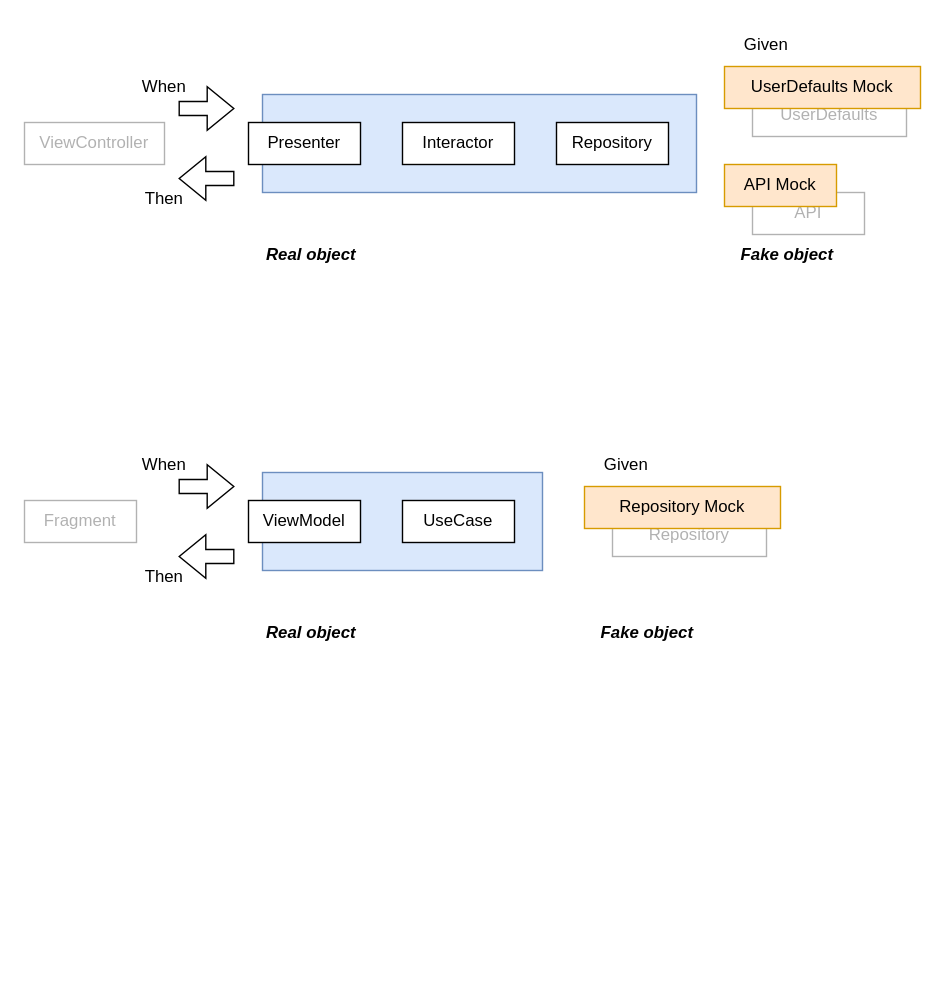
Earlier version of the draw.io diagram images/mobile-ui-logic-behavior-driven-development/image.drawio (shotaIDE/zenn). Source tidied: cells renumbered, new cells numbered last; positions are measured from the earlier drawing's top-left corner, leaving out a move shared by most shapes. Both pictures are drawn from the tidied source at 140%, with x=0, y=0 at pixel (24, 24).
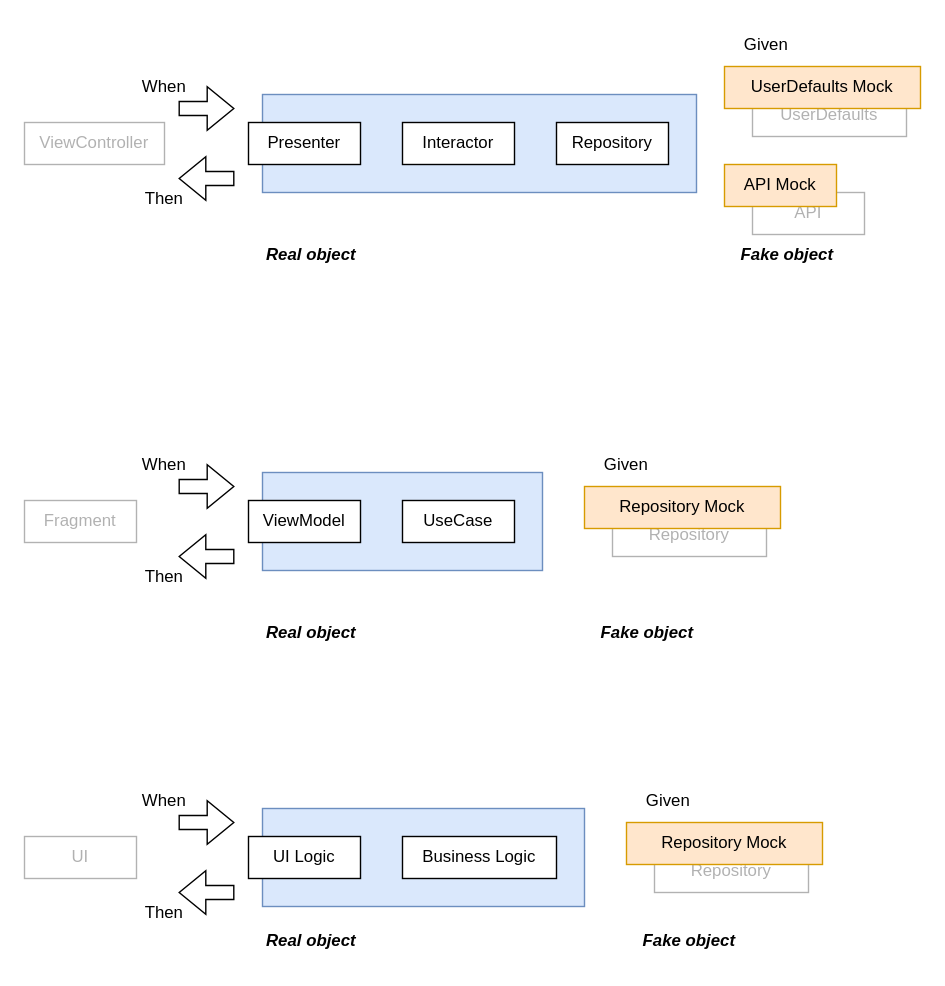
Above is the later version.

Change to the diagram source:
```diff
@@
+    <mxCell id="31" style="rounded=0;whiteSpace=wrap;html=1;fillColor=#dae8fc;strokeColor=#6c8ebf;" parent="1" vertex="1">
+      <mxGeometry x="170" y="560" width="230" height="70" as="geometry" />
+    </mxCell>
+    <mxCell id="32" value="UI Logic" style="rounded=0;whiteSpace=wrap;html=1;" parent="1" vertex="1">
+      <mxGeometry x="160" y="580" width="80" height="30" as="geometry" />
+    </mxCell>
+    <mxCell id="33" value="Business Logic" style="rounded=0;whiteSpace=wrap;html=1;" parent="1" vertex="1">
+      <mxGeometry x="270" y="580" width="110" height="30" as="geometry" />
+    </mxCell>
+    <mxCell id="34" value="Repository" style="rounded=0;whiteSpace=wrap;html=1;textOpacity=30;opacity=30;" parent="1" vertex="1">
+      <mxGeometry x="450" y="590" width="110" height="30" as="geometry" />
+    </mxCell>
+    <mxCell id="35" value="UI" style="rounded=0;whiteSpace=wrap;html=1;textOpacity=30;opacity=30;" parent="1" vertex="1">
+      <mxGeometry y="580" width="80" height="30" as="geometry" />
+    </mxCell>
+    <mxCell id="36" style="shape=flexArrow;endArrow=classic;html=1;rounded=0;" parent="1" edge="1">
+      <mxGeometry relative="1" as="geometry">
+        <mxPoint x="110" y="570" as="sourcePoint" />
+        <mxPoint x="150" y="570" as="targetPoint" />
+      </mxGeometry>
+    </mxCell>
+    <mxCell id="37" style="shape=flexArrow;endArrow=classic;html=1;rounded=0;" parent="1" edge="1">
+      <mxGeometry relative="1" as="geometry">
+        <mxPoint x="150" y="620" as="sourcePoint" />
+        <mxPoint x="110" y="620" as="targetPoint" />
+      </mxGeometry>
+    </mxCell>
+    <mxCell id="38" value="When" style="text;html=1;align=center;verticalAlign=middle;whiteSpace=wrap;rounded=0;" parent="1" vertex="1">
+      <mxGeometry x="70" y="540" width="60" height="30" as="geometry" />
+    </mxCell>
+    <mxCell id="39" value="Then" style="text;html=1;align=center;verticalAlign=middle;whiteSpace=wrap;rounded=0;" parent="1" vertex="1">
+      <mxGeometry x="70" y="620" width="60" height="30" as="geometry" />
+    </mxCell>
+    <mxCell id="40" value="Repository Mock" style="rounded=0;whiteSpace=wrap;html=1;fillColor=#ffe6cc;strokeColor=#d79b00;" parent="1" vertex="1">
+      <mxGeometry x="430" y="570" width="140" height="30" as="geometry" />
+    </mxCell>
+    <mxCell id="41" value="Real object" style="text;html=1;align=center;verticalAlign=middle;whiteSpace=wrap;rounded=0;fontStyle=3;" parent="1" vertex="1">
+      <mxGeometry x="160" y="640" width="90" height="30" as="geometry" />
+    </mxCell>
+    <mxCell id="42" value="Fake object" style="text;html=1;align=center;verticalAlign=middle;whiteSpace=wrap;rounded=0;fontStyle=3;" parent="1" vertex="1">
+      <mxGeometry x="430" y="640" width="90" height="30" as="geometry" />
+    </mxCell>
+    <mxCell id="43" value="Given" style="text;html=1;align=center;verticalAlign=middle;whiteSpace=wrap;rounded=0;" parent="1" vertex="1">
+      <mxGeometry x="430" y="540" width="60" height="30" as="geometry" />
+    </mxCell>
```
